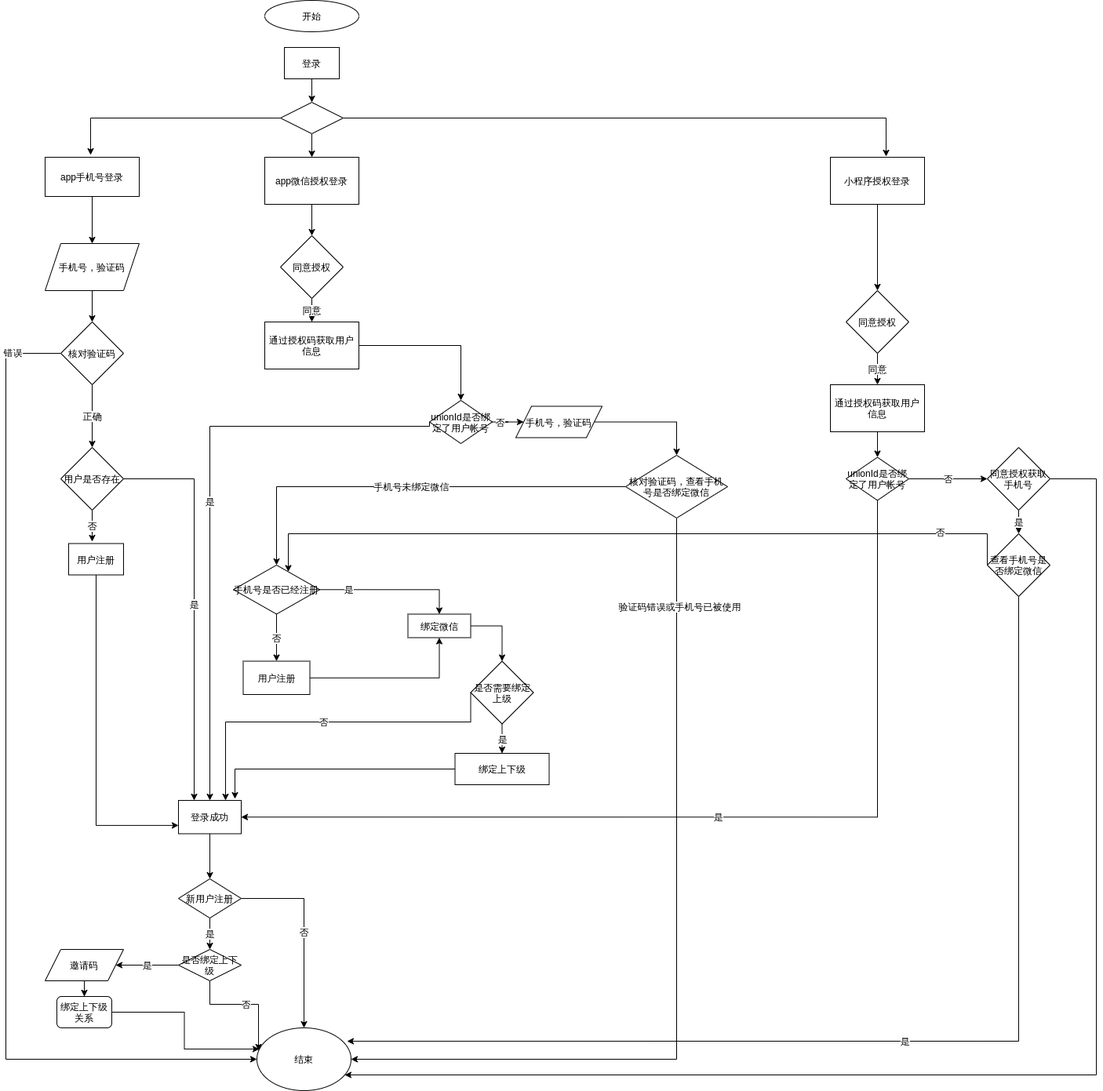
This is login.png from pullFootYouth/springCloudConfig, a draw.io export, as it was before one commit. Source tidied: cells renumbered, new cells last; positions are measured from the earlier drawing's top-left corner, leaving out a move shared by most shapes.
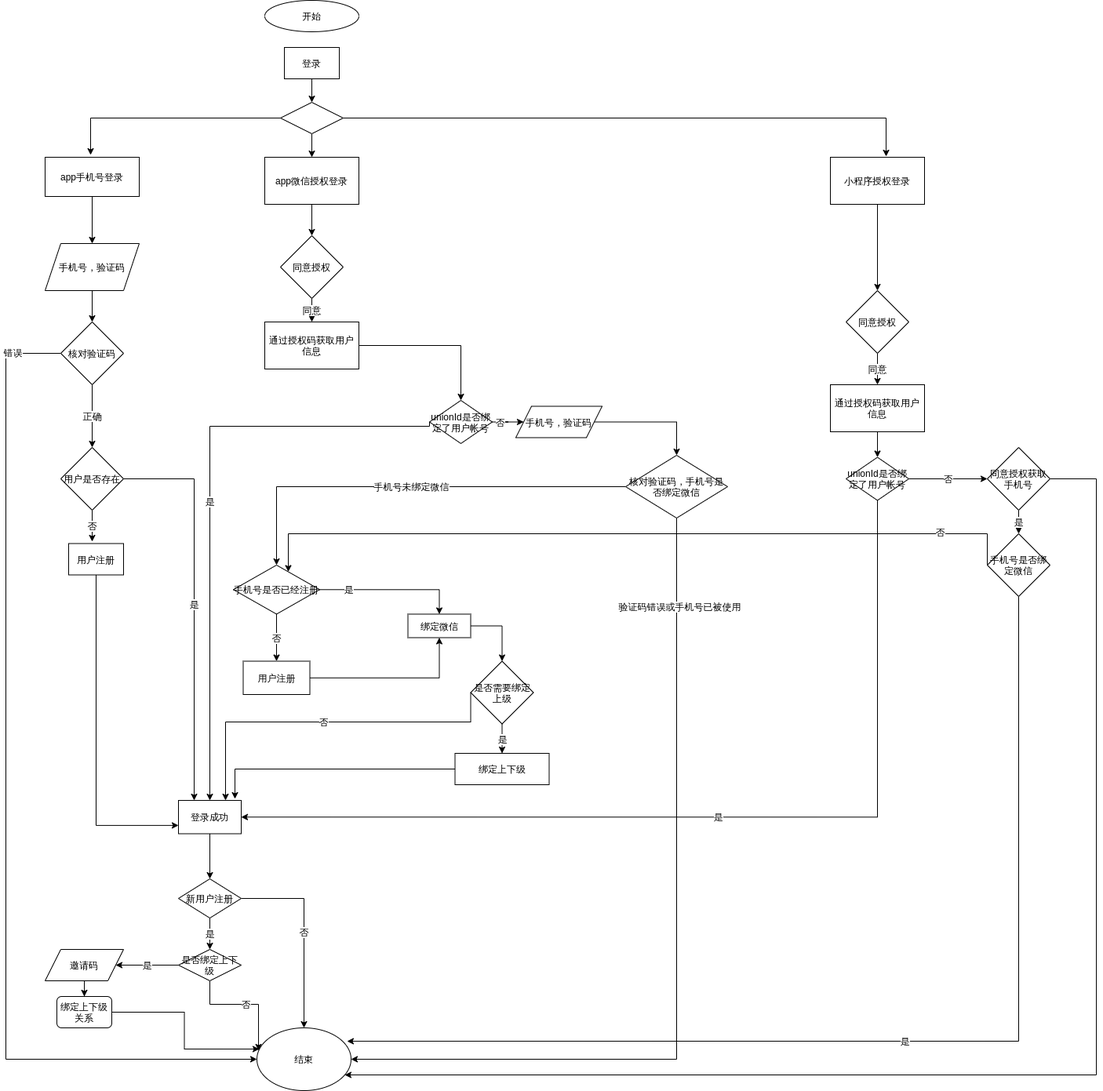
The same diagram one commit later.

The edit, as a diff of the source:
```diff
@@ -181,7 +181,7 @@
     <mxCell id="50" value="手机号未绑定微信" style="edgeStyle=orthogonalEdgeStyle;rounded=0;jettySize=auto;html=1;" parent="1" edge="1" source="51" target="54">
       <mxGeometry relative="1" as="geometry" />
     </mxCell>
-    <mxCell id="51" value="&lt;span&gt;核对验证码，查看手机号是否绑定微信&lt;/span&gt;" style="rhombus;whiteSpace=wrap;html=1;" parent="1" vertex="1">
+    <mxCell id="51" value="&lt;span&gt;核对验证码，手机号是否绑定微信&lt;/span&gt;" style="rhombus;whiteSpace=wrap;html=1;" parent="1" vertex="1">
       <mxGeometry x="790" y="580" width="130" height="80" as="geometry" />
     </mxCell>
     <mxCell id="52" value="否" style="edgeStyle=orthogonalEdgeStyle;rounded=0;jettySize=auto;html=1;" parent="1" edge="1" source="54" target="69">
@@ -264,7 +264,7 @@
         </Array>
       </mxGeometry>
     </mxCell>
-    <mxCell id="73" value="&lt;span&gt;查看手机号是否绑定微信&lt;/span&gt;" style="rhombus;whiteSpace=wrap;html=1;" parent="1" vertex="1">
+    <mxCell id="73" value="&lt;span&gt;手机号是否绑定微信&lt;/span&gt;" style="rhombus;whiteSpace=wrap;html=1;" parent="1" vertex="1">
       <mxGeometry x="1251" y="680" width="80" height="80" as="geometry" />
     </mxCell>
     <mxCell id="74" value="否" style="edgeStyle=orthogonalEdgeStyle;rounded=0;jettySize=auto;html=1;exitX=0;exitY=0.5;exitDx=0;exitDy=0;entryX=0.75;entryY=0;entryDx=0;entryDy=0;" parent="1" edge="1" source="76" target="35">
```
